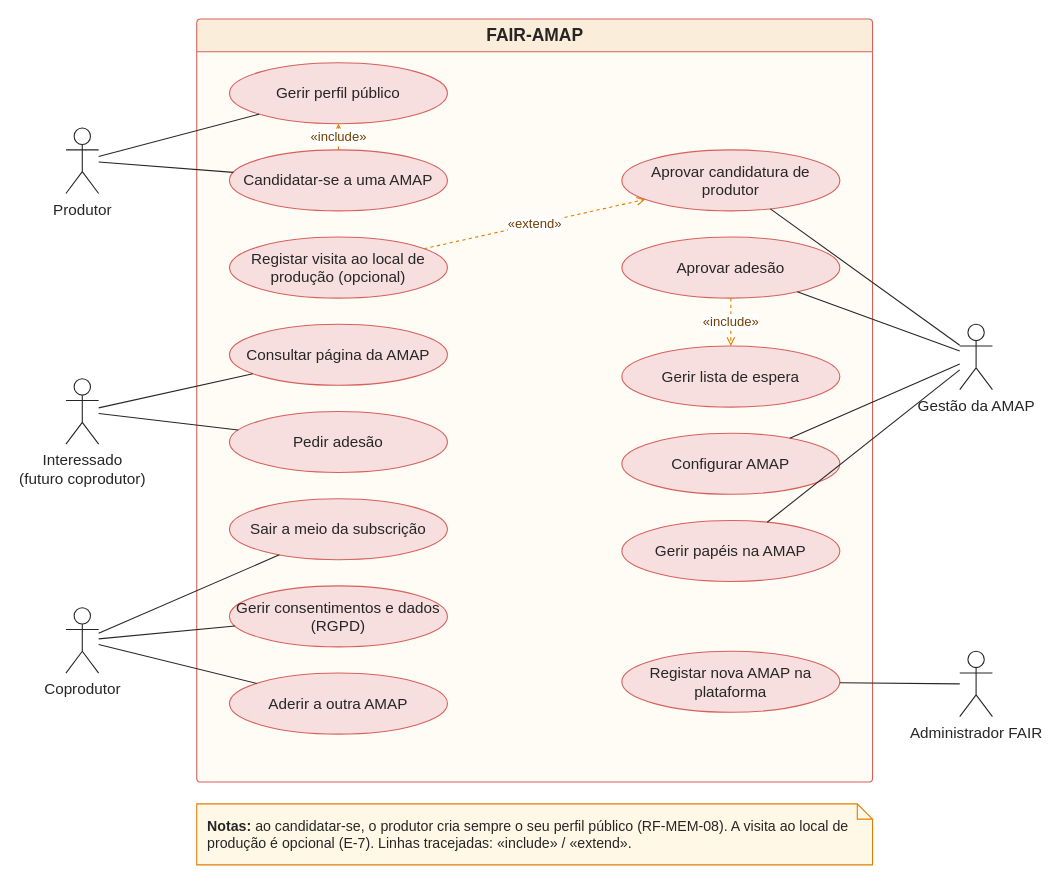
Earlier version of the draw.io diagram docs/requisitos/diagramas/casos_uso/CasosUsoRF01PT.drawio (BrunoAlvees/engreq_2627_G02). Source tidied: cells renumbered, new cells numbered last; positions are measured from the earlier drawing's top-left corner, leaving out a move shared by most shapes. Both pictures are drawn from the tidied source at 109%, with x=0, y=0 at pixel (65, 19).
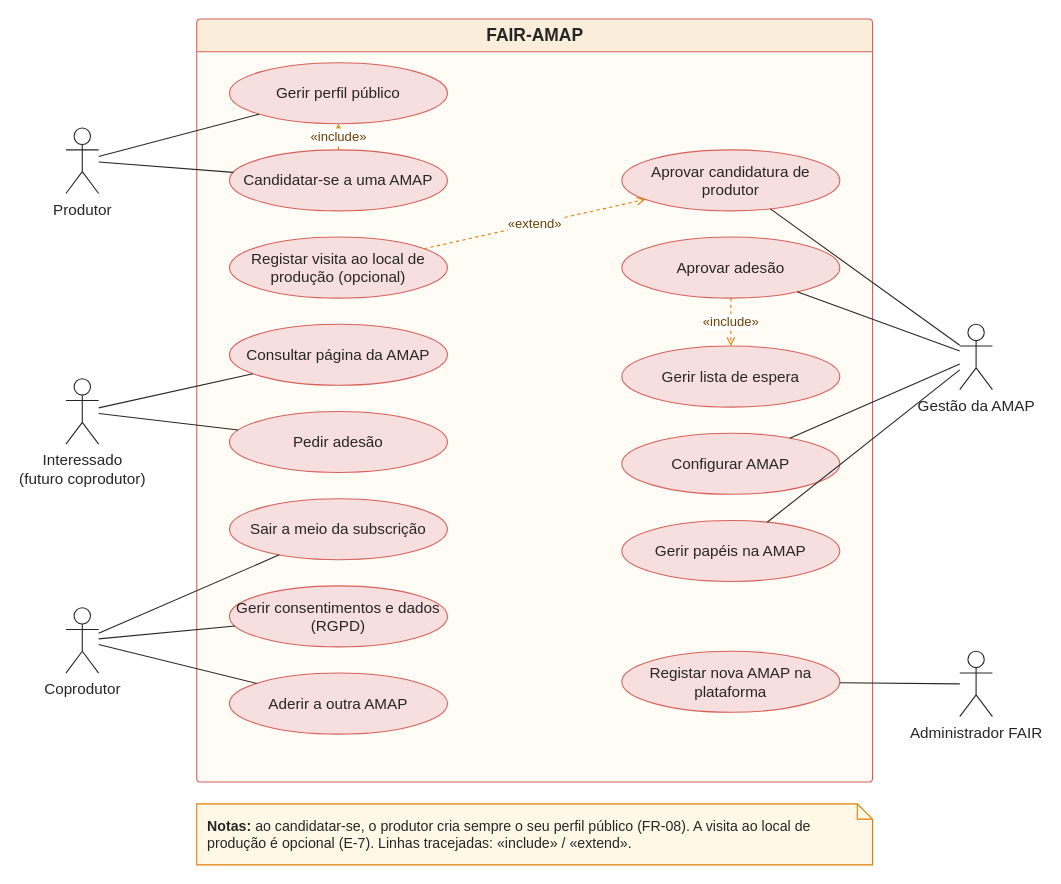
Above is the later version.

What changed in the source:
```diff
@@
-    <mxCell id="37" value="&lt;b&gt;Notas:&lt;/b&gt; ao candidatar-se, o produtor cria sempre o seu perfil público (RF-MEM-08). A visita ao local de produção é opcional (E-7). Linhas tracejadas: «include» / «extend»." style="shape=note;whiteSpace=wrap;html=1;size=14;fontSize=13;fillColor=#FFF8E6;strokeColor=#E17E00;fontColor=#262626;align=left;spacingLeft=8;" parent="1" vertex="1">
+    <mxCell id="37" value="&lt;b&gt;Notas:&lt;/b&gt; ao candidatar-se, o produtor cria sempre o seu perfil público (FR-08). A visita ao local de produção é opcional (E-7). Linhas tracejadas: «include» / «extend»." style="shape=note;whiteSpace=wrap;html=1;size=14;fontSize=13;fillColor=#FFF8E6;strokeColor=#E17E00;fontColor=#262626;align=left;spacingLeft=8;" parent="1" vertex="1">
       <mxGeometry x="120" y="720" width="620" height="56" as="geometry" />
     </mxCell>
```
